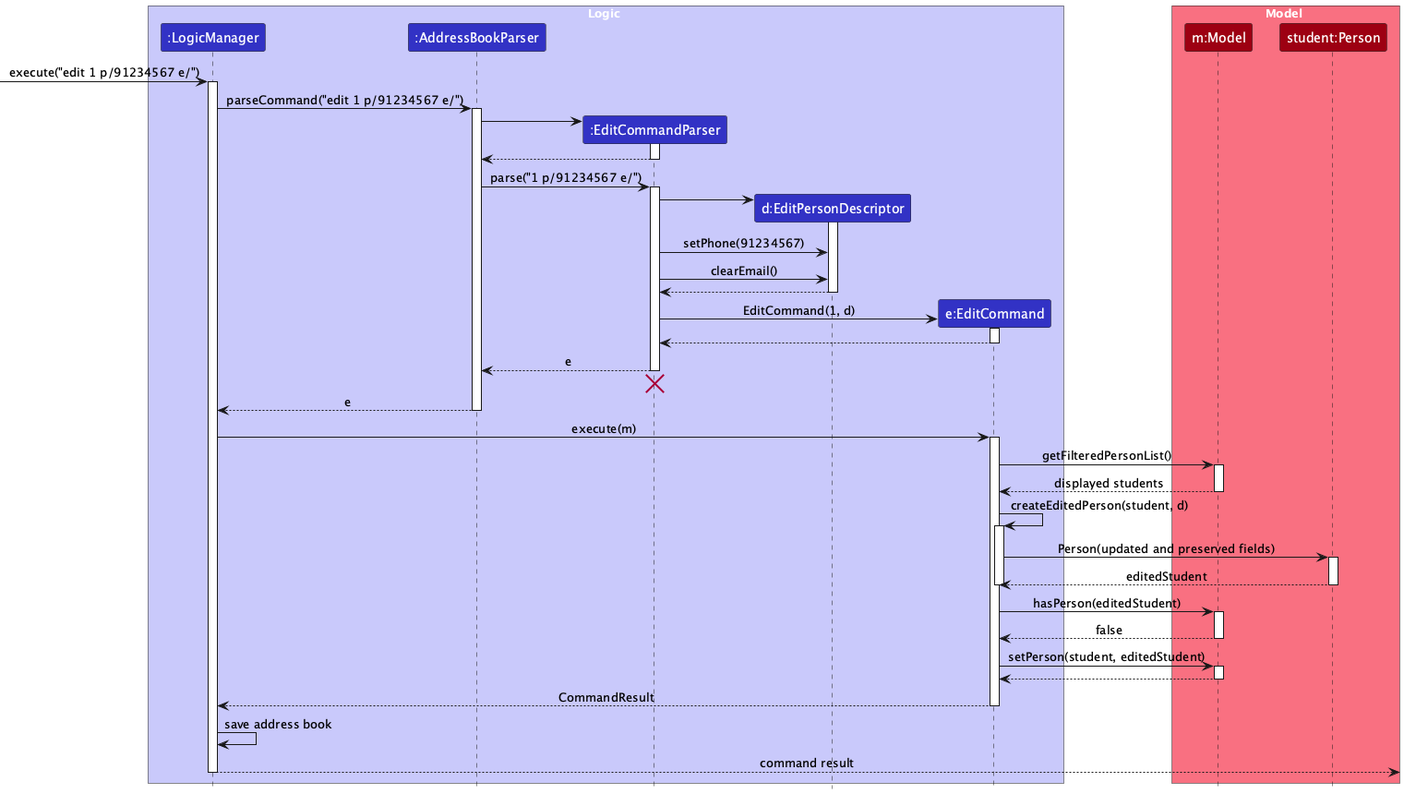
The PlantUML diagram docs/images/EditSequenceDiagram.png in AY2627S1-CS2103T-W10-3/tp, before a commit.
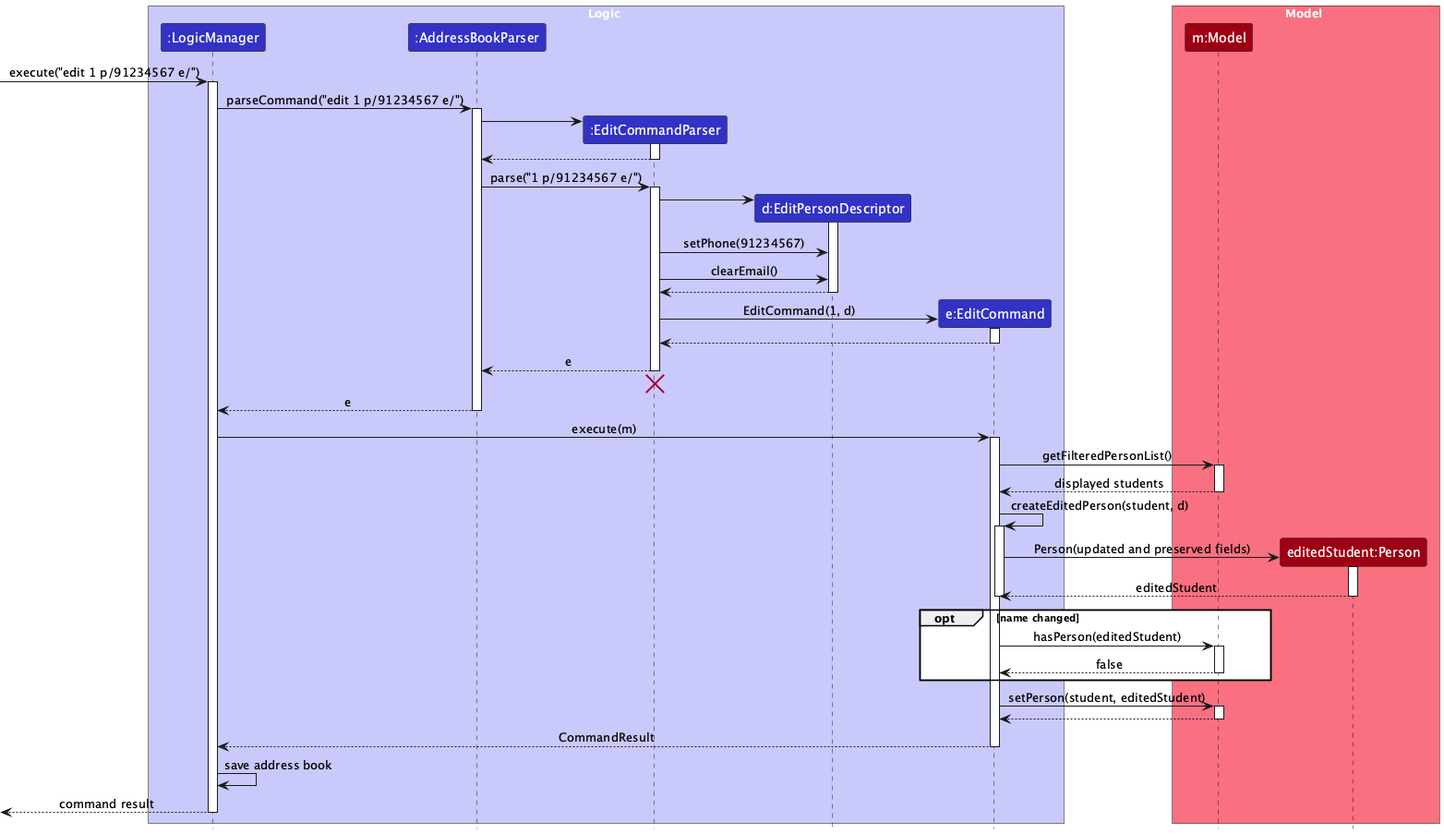
After the commit.

Commit message:
Address review: refine edit sequence diagram and use case wording

Change to the diagram source:
```diff
@@ -1,5 +1,4 @@
 @startuml
-!pragma layout smetana
 !include style.puml
 skinparam ArrowFontStyle plain
 
@@ -13,7 +12,7 @@
 
 box Model MODEL_COLOR_T1
 participant "m:Model" as Model MODEL_COLOR
-participant "student:Person" as Student MODEL_COLOR
+participant "editedStudent:Person" as EditedStudent MODEL_COLOR
 end box
 
 [-> LogicManager : execute("edit 1 p/91234567 e/")
@@ -62,16 +61,19 @@
 
 EditCommand -> EditCommand : createEditedPerson(student, d)
 activate EditCommand
-EditCommand -> Student : Person(updated and preserved fields)
-activate Student
-Student --> EditCommand : editedStudent
-deactivate Student
+create EditedStudent
+EditCommand -> EditedStudent : Person(updated and preserved fields)
+activate EditedStudent
+EditedStudent --> EditCommand : editedStudent
+deactivate EditedStudent
 deactivate EditCommand
 
-EditCommand -> Model : hasPerson(editedStudent)
-activate Model
-Model --> EditCommand : false
-deactivate Model
+opt name changed
+    EditCommand -> Model : hasPerson(editedStudent)
+    activate Model
+    Model --> EditCommand : false
+    deactivate Model
+end
 EditCommand -> Model : setPerson(student, editedStudent)
 activate Model
 Model --> EditCommand
@@ -81,6 +83,6 @@
 deactivate EditCommand
 
 LogicManager -> LogicManager : save address book
-LogicManager -->] : command result
+[<-- LogicManager : command result
 deactivate LogicManager
 @enduml
```
